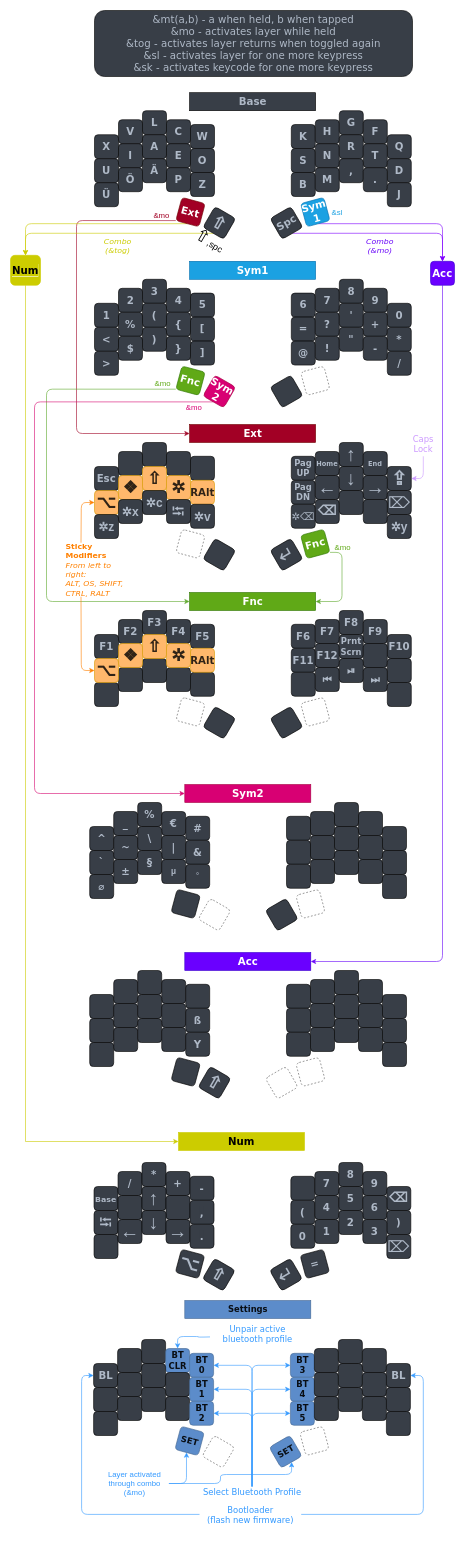
Before: Layout/Sweepd_Neo2.drawio in hoyohayo/zmk-config, a draw.io diagram. Source tidied: cells renumbered, new cells numbered last; positions are measured from the earlier drawing's top-left corner, leaving out a move shared by most shapes. Both pictures are drawn from the tidied source at 60%, with x=0, y=0 at pixel (10, 10).
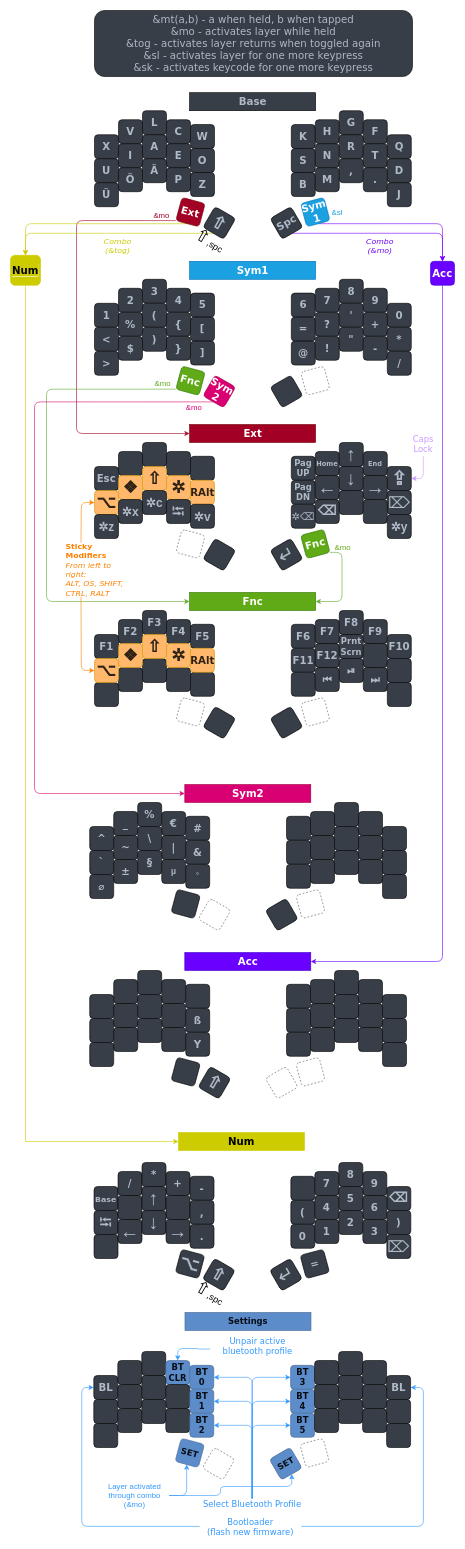
After the change.

The edit, as a diff of the source:
```diff
@@
     <mxCell id="194" value="Select Bluetooth Profile" style="text;html=1;strokeColor=none;fillColor=none;align=center;verticalAlign=middle;whiteSpace=wrap;rounded=0;shadow=0;glass=0;sketch=0;fontFamily=Verdana;fontSize=14;fontColor=#3399FF;" parent="1" vertex="1">
-      <mxGeometry x="317.8" y="2460" width="169.5" height="20" as="geometry" />
+      <mxGeometry x="318" y="2480" width="169.5" height="20" as="geometry" />
     </mxCell>
     <mxCell id="195" style="edgeStyle=orthogonalEdgeStyle;rounded=1;jettySize=auto;html=1;entryX=0.5;entryY=0;entryDx=0;entryDy=0;fontFamily=Verdana;fontSize=14;fontColor=#3399FF;strokeColor=#3399FF;fillColor=#dae8fc;" parent="1" edge="1" target="288">
       <mxGeometry relative="1" as="geometry">
-        <mxPoint x="332.5" y="2210.7" as="sourcePoint" />
+        <mxPoint x="332.8" y="2230.7" as="sourcePoint" />
       </mxGeometry>
     </mxCell>
     <mxCell id="196" value="Unpair active&lt;br&gt;bluetooth profile" style="text;html=1;strokeColor=none;fillColor=none;align=center;verticalAlign=middle;whiteSpace=wrap;rounded=0;shadow=0;glass=0;sketch=0;fontFamily=Verdana;fontSize=14;fontColor=#3399FF;" parent="1" vertex="1">
-      <mxGeometry x="344" y="2186.5" width="136" height="38.5" as="geometry" />
+      <mxGeometry x="344.2" y="2206.5" width="136" height="38.5" as="geometry" />
     </mxCell>
     <mxCell id="197" style="edgeStyle=orthogonalEdgeStyle;rounded=1;orthogonalLoop=1;jettySize=auto;html=1;exitX=0.5;exitY=1;exitDx=0;exitDy=0;fontFamily=Verdana;fontSize=14;fontColor=#3399FF;strokeColor=#FF8000;" parent="1" edge="1">
       <mxGeometry relative="1" as="geometry">
-        <mxPoint x="400.5" y="2230" as="sourcePoint" />
-        <mxPoint x="400.5" y="2230" as="targetPoint" />
+        <mxPoint x="400.8" y="2250" as="sourcePoint" />
+        <mxPoint x="400.8" y="2250" as="targetPoint" />
       </mxGeometry>
     </mxCell>
@@
     <mxCell id="237" style="edgeStyle=orthogonalEdgeStyle;rounded=1;jettySize=auto;html=1;exitX=1;exitY=0.5;exitDx=0;exitDy=0;entryX=1;entryY=0.5;entryDx=0;entryDy=0;fillColor=#dae8fc;strokeColor=#3399FF;fontSize=14;fontFamily=Verdana;fontColor=#3399FF;" parent="1" edge="1" source="239" target="306">
       <mxGeometry relative="1" as="geometry">
         <Array as="points">
-          <mxPoint x="688" y="2507" />
-          <mxPoint x="688" y="2275" />
+          <mxPoint x="688.2" y="2527" />
+          <mxPoint x="688.2" y="2295" />
         </Array>
       </mxGeometry>
     </mxCell>
@@
     <mxCell id="239" value="Bootloader&lt;br&gt;(flash new firmware)" style="text;html=1;strokeColor=none;fillColor=none;align=center;verticalAlign=middle;whiteSpace=wrap;rounded=0;shadow=0;glass=0;sketch=0;fontFamily=Verdana;fontSize=14;fontColor=#3399FF;" parent="1" vertex="1">
-      <mxGeometry x="315" y="2486.5" width="169.5" height="40" as="geometry" />
+      <mxGeometry x="315.2" y="2506.5" width="169.5" height="40" as="geometry" />
     </mxCell>
@@
     <mxCell id="285" value="BL" style="whiteSpace=wrap;html=1;fontSize=17;fontFamily=Verdana;fontStyle=1;fontColor=#AFB9C7;fillColor=#383E47;rounded=1;align=center;" parent="1" vertex="1">
-      <mxGeometry x="138.5" y="2255" width="40" height="40" as="geometry" />
+      <mxGeometry x="138.8" y="2275" width="40" height="40" as="geometry" />
     </mxCell>
     <mxCell id="286" style="whiteSpace=wrap;html=1;fontSize=17;fontFamily=Verdana;fontStyle=1;fontColor=#AFB9C7;fillColor=#383E47;rounded=1;" parent="1" vertex="1">
-      <mxGeometry x="178.5" y="2230" width="40" height="40" as="geometry" />
+      <mxGeometry x="178.8" y="2250" width="40" height="40" as="geometry" />
     </mxCell>
     <mxCell id="287" style="whiteSpace=wrap;html=1;fontSize=17;fontFamily=Verdana;fontStyle=1;fontColor=#AFB9C7;fillColor=#383E47;rounded=1;" parent="1" vertex="1">
-      <mxGeometry x="218.5" y="2215" width="40" height="40" as="geometry" />
+      <mxGeometry x="218.8" y="2235" width="40" height="40" as="geometry" />
     </mxCell>
     <mxCell id="288" value="BT CLR" style="whiteSpace=wrap;html=1;fontSize=14;fontFamily=Verdana;fontStyle=1;fontColor=#090e14;fillColor=#5C8CCA;rounded=1;strokeColor=#456893;" parent="1" vertex="1">
-      <mxGeometry x="258.5" y="2230" width="40" height="40" as="geometry" />
+      <mxGeometry x="258.8" y="2250" width="40" height="40" as="geometry" />
     </mxCell>
     <mxCell id="289" value="&lt;div&gt;BT&lt;/div&gt;&lt;div&gt;0&lt;br&gt;&lt;/div&gt;" style="whiteSpace=wrap;html=1;fontSize=14;fontFamily=Verdana;fontStyle=1;fontColor=#090e14;fillColor=#5C8CCA;rounded=1;strokeColor=#456893;" parent="1" vertex="1">
-      <mxGeometry x="298.5" y="2238" width="40" height="40" as="geometry" />
+      <mxGeometry x="298.8" y="2258" width="40" height="40" as="geometry" />
     </mxCell>
     <mxCell id="290" style="whiteSpace=wrap;html=1;fontSize=17;fontFamily=Verdana;fontStyle=1;fontColor=#AFB9C7;fillColor=#383E47;rounded=1;" parent="1" vertex="1">
-      <mxGeometry x="138.5" y="2295" width="40" height="40" as="geometry" />
+      <mxGeometry x="138.8" y="2315" width="40" height="40" as="geometry" />
     </mxCell>
     <mxCell id="291" style="whiteSpace=wrap;html=1;fontSize=17;fontFamily=Verdana;fontStyle=1;fontColor=#AFB9C7;fillColor=#383E47;rounded=1;" parent="1" vertex="1">
-      <mxGeometry x="178.5" y="2270" width="40" height="40" as="geometry" />
+      <mxGeometry x="178.8" y="2290" width="40" height="40" as="geometry" />
     </mxCell>
     <mxCell id="292" style="whiteSpace=wrap;html=1;fontSize=17;fontFamily=Verdana;fontStyle=1;fontColor=#AFB9C7;fillColor=#383E47;rounded=1;" parent="1" vertex="1">
-      <mxGeometry x="218.5" y="2255" width="40" height="40" as="geometry" />
+      <mxGeometry x="218.8" y="2275" width="40" height="40" as="geometry" />
     </mxCell>
     <mxCell id="293" style="whiteSpace=wrap;html=1;fontSize=17;fontFamily=Verdana;fontStyle=1;fontColor=#AFB9C7;fillColor=#383E47;rounded=1;" parent="1" vertex="1">
-      <mxGeometry x="258.5" y="2270" width="40" height="40" as="geometry" />
+      <mxGeometry x="258.8" y="2290" width="40" height="40" as="geometry" />
     </mxCell>
     <mxCell id="294" value="&lt;div&gt;BT&lt;/div&gt;&lt;div&gt;1&lt;br&gt;&lt;/div&gt;" style="whiteSpace=wrap;html=1;fontSize=14;fontFamily=Verdana;fontStyle=1;fontColor=#090e14;fillColor=#5C8CCA;rounded=1;strokeColor=#456893;" parent="1" vertex="1">
-      <mxGeometry x="298.5" y="2278" width="40" height="40" as="geometry" />
+      <mxGeometry x="298.8" y="2298" width="40" height="40" as="geometry" />
     </mxCell>
     <mxCell id="295" style="whiteSpace=wrap;html=1;fontSize=17;fontFamily=Verdana;fontStyle=1;fontColor=#AFB9C7;fillColor=#383E47;rounded=1;" parent="1" vertex="1">
-      <mxGeometry x="138.5" y="2335" width="40" height="40" as="geometry" />
+      <mxGeometry x="138.8" y="2355" width="40" height="40" as="geometry" />
     </mxCell>
     <mxCell id="296" style="whiteSpace=wrap;html=1;fontSize=17;fontFamily=Verdana;fontStyle=1;fontColor=#AFB9C7;fillColor=#383E47;rounded=1;" parent="1" vertex="1">
-      <mxGeometry x="178.5" y="2310" width="40" height="40" as="geometry" />
+      <mxGeometry x="178.8" y="2330" width="40" height="40" as="geometry" />
     </mxCell>
     <mxCell id="297" style="whiteSpace=wrap;html=1;fontSize=17;fontFamily=Verdana;fontStyle=1;fontColor=#AFB9C7;fillColor=#383E47;rounded=1;" parent="1" vertex="1">
-      <mxGeometry x="218.5" y="2295" width="40" height="40" as="geometry" />
+      <mxGeometry x="218.8" y="2315" width="40" height="40" as="geometry" />
     </mxCell>
     <mxCell id="298" style="whiteSpace=wrap;html=1;fontSize=17;fontFamily=Verdana;fontStyle=1;fontColor=#AFB9C7;fillColor=#383E47;rounded=1;" parent="1" vertex="1">
-      <mxGeometry x="258.5" y="2310" width="40" height="40" as="geometry" />
+      <mxGeometry x="258.8" y="2330" width="40" height="40" as="geometry" />
     </mxCell>
     <mxCell id="299" value="&lt;div&gt;BT&lt;/div&gt;&lt;div&gt;2&lt;br&gt;&lt;/div&gt;" style="whiteSpace=wrap;html=1;fontSize=14;fontFamily=Verdana;fontStyle=1;fontColor=#090e14;fillColor=#5C8CCA;rounded=1;strokeColor=#456893;" parent="1" vertex="1">
-      <mxGeometry x="298.5" y="2318" width="40" height="40" as="geometry" />
+      <mxGeometry x="298.8" y="2338" width="40" height="40" as="geometry" />
     </mxCell>
     <mxCell id="300" value="SET" style="whiteSpace=wrap;html=1;rotation=15;fontSize=14;fontFamily=Verdana;fontStyle=1;fontColor=#090e14;fillColor=#5C8CCA;rounded=1;strokeColor=#456893;" parent="1" vertex="1">
-      <mxGeometry x="278.5" y="2364" width="40" height="40" as="geometry" />
+      <mxGeometry x="278.8" y="2384" width="40" height="40" as="geometry" />
     </mxCell>
     <mxCell id="301" style="whiteSpace=wrap;html=1;rotation=30;fontSize=17;fontFamily=Verdana;fontStyle=1;fontColor=#333333;fillColor=none;rounded=1;strokeColor=#666666;shadow=0;dashed=1;glass=0;sketch=0;" parent="1" vertex="1">
-      <mxGeometry x="326.5" y="2382" width="40" height="40" as="geometry" />
+      <mxGeometry x="326.8" y="2402" width="40" height="40" as="geometry" />
     </mxCell>
     <mxCell id="302" value="&lt;div&gt;BT&lt;/div&gt;&lt;div&gt;3&lt;br&gt;&lt;/div&gt;" style="whiteSpace=wrap;html=1;fontSize=14;fontFamily=Verdana;fontStyle=1;fontColor=#090e14;fillColor=#5C8CCA;rounded=1;strokeColor=#456893;" parent="1" vertex="1">
-      <mxGeometry x="466.5" y="2238" width="40" height="40" as="geometry" />
+      <mxGeometry x="466.8" y="2258" width="40" height="40" as="geometry" />
     </mxCell>
     <mxCell id="303" style="whiteSpace=wrap;html=1;fontSize=17;fontFamily=Verdana;fontStyle=1;fontColor=#AFB9C7;fillColor=#383E47;rounded=1;" parent="1" vertex="1">
-      <mxGeometry x="506.5" y="2230" width="40" height="40" as="geometry" />
+      <mxGeometry x="506.8" y="2250" width="40" height="40" as="geometry" />
     </mxCell>
     <mxCell id="304" style="whiteSpace=wrap;html=1;fontSize=17;fontFamily=Verdana;fontStyle=1;fontColor=#AFB9C7;fillColor=#383E47;rounded=1;" parent="1" vertex="1">
-      <mxGeometry x="546.5" y="2215" width="40" height="40" as="geometry" />
+      <mxGeometry x="546.8" y="2235" width="40" height="40" as="geometry" />
     </mxCell>
     <mxCell id="305" style="whiteSpace=wrap;html=1;fontSize=17;fontFamily=Verdana;fontStyle=1;fontColor=#AFB9C7;fillColor=#383E47;rounded=1;" parent="1" vertex="1">
-      <mxGeometry x="586.5" y="2230" width="40" height="40" as="geometry" />
+      <mxGeometry x="586.8" y="2250" width="40" height="40" as="geometry" />
     </mxCell>
     <mxCell id="306" value="BL" style="whiteSpace=wrap;html=1;fontSize=17;fontFamily=Verdana;fontStyle=1;fontColor=#AFB9C7;fillColor=#383E47;rounded=1;" parent="1" vertex="1">
-      <mxGeometry x="626.5" y="2255" width="40" height="40" as="geometry" />
+      <mxGeometry x="626.8" y="2275" width="40" height="40" as="geometry" />
     </mxCell>
     <mxCell id="307" value="&lt;div&gt;BT&lt;/div&gt;&lt;div&gt;4&lt;br&gt;&lt;/div&gt;" style="whiteSpace=wrap;html=1;fontSize=14;fontFamily=Verdana;fontStyle=1;fontColor=#090e14;fillColor=#5C8CCA;rounded=1;strokeColor=#456893;" parent="1" vertex="1">
-      <mxGeometry x="466.5" y="2278" width="40" height="40" as="geometry" />
+      <mxGeometry x="466.8" y="2298" width="40" height="40" as="geometry" />
     </mxCell>
     <mxCell id="308" style="whiteSpace=wrap;html=1;fontSize=17;fontFamily=Verdana;fontStyle=1;fontColor=#AFB9C7;fillColor=#383E47;rounded=1;" parent="1" vertex="1">
-      <mxGeometry x="506.5" y="2270" width="40" height="40" as="geometry" />
+      <mxGeometry x="506.8" y="2290" width="40" height="40" as="geometry" />
     </mxCell>
     <mxCell id="309" style="whiteSpace=wrap;html=1;fontSize=17;fontFamily=Verdana;fontStyle=1;fontColor=#AFB9C7;fillColor=#383E47;rounded=1;" parent="1" vertex="1">
-      <mxGeometry x="546.5" y="2255" width="40" height="40" as="geometry" />
+      <mxGeometry x="546.8" y="2275" width="40" height="40" as="geometry" />
     </mxCell>
     <mxCell id="310" style="whiteSpace=wrap;html=1;fontSize=17;fontFamily=Verdana;fontStyle=1;fontColor=#AFB9C7;fillColor=#383E47;rounded=1;" parent="1" vertex="1">
-      <mxGeometry x="586.5" y="2270" width="40" height="40" as="geometry" />
+      <mxGeometry x="586.8" y="2290" width="40" height="40" as="geometry" />
     </mxCell>
     <mxCell id="311" style="whiteSpace=wrap;html=1;fontSize=17;fontFamily=Verdana;fontStyle=1;fontColor=#AFB9C7;fillColor=#383E47;rounded=1;" parent="1" vertex="1">
-      <mxGeometry x="626.5" y="2295" width="40" height="40" as="geometry" />
+      <mxGeometry x="626.8" y="2315" width="40" height="40" as="geometry" />
     </mxCell>
     <mxCell id="312" value="&lt;div&gt;BT&lt;/div&gt;&lt;div&gt;5&lt;br&gt;&lt;/div&gt;" style="whiteSpace=wrap;html=1;fontSize=14;fontFamily=Verdana;fontStyle=1;fontColor=#090e14;fillColor=#5C8CCA;rounded=1;strokeColor=#456893;" parent="1" vertex="1">
-      <mxGeometry x="466.5" y="2318" width="40" height="40" as="geometry" />
+      <mxGeometry x="466.8" y="2338" width="40" height="40" as="geometry" />
     </mxCell>
     <mxCell id="313" style="whiteSpace=wrap;html=1;fontSize=17;fontFamily=Verdana;fontStyle=1;fontColor=#AFB9C7;fillColor=#383E47;rounded=1;" parent="1" vertex="1">
-      <mxGeometry x="506.5" y="2310" width="40" height="40" as="geometry" />
+      <mxGeometry x="506.8" y="2330" width="40" height="40" as="geometry" />
     </mxCell>
     <mxCell id="314" style="whiteSpace=wrap;html=1;fontSize=17;fontFamily=Verdana;fontStyle=1;fontColor=#AFB9C7;fillColor=#383E47;rounded=1;" parent="1" vertex="1">
-      <mxGeometry x="546.5" y="2295" width="40" height="40" as="geometry" />
+      <mxGeometry x="546.8" y="2315" width="40" height="40" as="geometry" />
     </mxCell>
     <mxCell id="315" style="whiteSpace=wrap;html=1;fontSize=17;fontFamily=Verdana;fontStyle=1;fontColor=#AFB9C7;fillColor=#383E47;rounded=1;" parent="1" vertex="1">
-      <mxGeometry x="586.5" y="2310" width="40" height="40" as="geometry" />
+      <mxGeometry x="586.8" y="2330" width="40" height="40" as="geometry" />
     </mxCell>
     <mxCell id="316" style="whiteSpace=wrap;html=1;fontSize=17;fontFamily=Verdana;fontStyle=1;fontColor=#AFB9C7;fillColor=#383E47;rounded=1;" parent="1" vertex="1">
-      <mxGeometry x="626.5" y="2335" width="40" height="40" as="geometry" />
+      <mxGeometry x="626.8" y="2355" width="40" height="40" as="geometry" />
     </mxCell>
     <mxCell id="317" value="&lt;div&gt;SET&lt;/div&gt;" style="whiteSpace=wrap;html=1;rotation=-30;fontSize=14;fontFamily=Verdana;fontStyle=1;fontColor=#090e14;fillColor=#5C8CCA;strokeColor=#456893;rounded=1;shadow=0;glass=0;sketch=0;" parent="1" vertex="1">
-      <mxGeometry x="438.5" y="2382" width="40" height="40" as="geometry" />
+      <mxGeometry x="438.8" y="2402" width="40" height="40" as="geometry" />
     </mxCell>
     <mxCell id="318" style="whiteSpace=wrap;html=1;rotation=-15;fontSize=17;fontFamily=Verdana;fontStyle=1;fontColor=#333333;fillColor=none;strokeColor=#666666;rounded=1;shadow=0;glass=0;sketch=0;dashed=1;" parent="1" vertex="1">
-      <mxGeometry x="486.5" y="2364" width="40" height="40" as="geometry" />
+      <mxGeometry x="486.8" y="2384" width="40" height="40" as="geometry" />
     </mxCell>
     <mxCell id="319" value="Settings" style="rounded=0;whiteSpace=wrap;html=1;fontFamily=Verdana;fontSize=14;fontStyle=1;fillColor=#5C8CCA;strokeColor=#456893;fontColor=#090e14;" parent="1" vertex="1">
-      <mxGeometry x="290.5" y="2150" width="210" height="30" as="geometry" />
+      <mxGeometry x="290.8" y="2170" width="210" height="30" as="geometry" />
     </mxCell>
     <mxCell id="320" style="edgeStyle=orthogonalEdgeStyle;rounded=1;jettySize=auto;html=1;exitX=0.5;exitY=0;exitDx=0;exitDy=0;fontFamily=Verdana;fontSize=14;fontColor=#3399FF;strokeColor=#3399FF;entryX=1;entryY=0.5;entryDx=0;entryDy=0;" parent="1" edge="1" source="194" target="294">
       <mxGeometry relative="1" as="geometry">
         <Array as="points">
-          <mxPoint x="402.5" y="2298" />
+          <mxPoint x="402.8" y="2318" />
         </Array>
       </mxGeometry>
     </mxCell>
     <mxCell id="321" style="edgeStyle=orthogonalEdgeStyle;rounded=1;jettySize=auto;html=1;exitX=1;exitY=0.5;exitDx=0;exitDy=0;entryX=0.5;entryY=1;entryDx=0;entryDy=0;fontSize=14;fontColor=#3399FF;fontFamily=Verdana;strokeColor=#3399FF;fillColor=#dae8fc;" parent="1" edge="1" source="323" target="317">
       <mxGeometry relative="1" as="geometry">
         <Array as="points">
-          <mxPoint x="350" y="2455" />
-          <mxPoint x="350" y="2440" />
-          <mxPoint x="468" y="2440" />
+          <mxPoint x="350.2" y="2475" />
+          <mxPoint x="350.2" y="2460" />
+          <mxPoint x="468.2" y="2460" />
         </Array>
       </mxGeometry>
     </mxCell>
@@
     <mxCell id="323" value="&lt;font color=&quot;#3399FF&quot;&gt;Layer activated through combo (&amp;amp;mo)&lt;/font&gt;" style="text;html=1;strokeColor=none;fillColor=none;align=center;verticalAlign=middle;whiteSpace=wrap;rounded=0;fontSize=13;fontColor=#D80073;" parent="1" vertex="1">
-      <mxGeometry x="150" y="2430" width="114" height="50" as="geometry" />
+      <mxGeometry x="150.2" y="2450" width="114" height="50" as="geometry" />
     </mxCell>
+    <mxCell id="324" value="&lt;div style=&quot;font-size: 15px;&quot;&gt;&lt;span style=&quot;font-family: &amp;quot;segoe ui emoji&amp;quot;, &amp;quot;apple color emoji&amp;quot;, &amp;quot;noto color emoji&amp;quot;; font-size: 29px;&quot;&gt;&lt;font style=&quot;font-size: 29px;&quot;&gt;⇧&lt;/font&gt;&lt;/span&gt;,spc&lt;/div&gt;" style="text;html=1;strokeColor=none;fillColor=none;align=center;verticalAlign=middle;whiteSpace=wrap;rounded=0;fontSize=29;rotation=30;" parent="1" vertex="1">
+      <mxGeometry x="309.2" y="2127" width="47.5" height="20" as="geometry" />
+    </mxCell>
```
